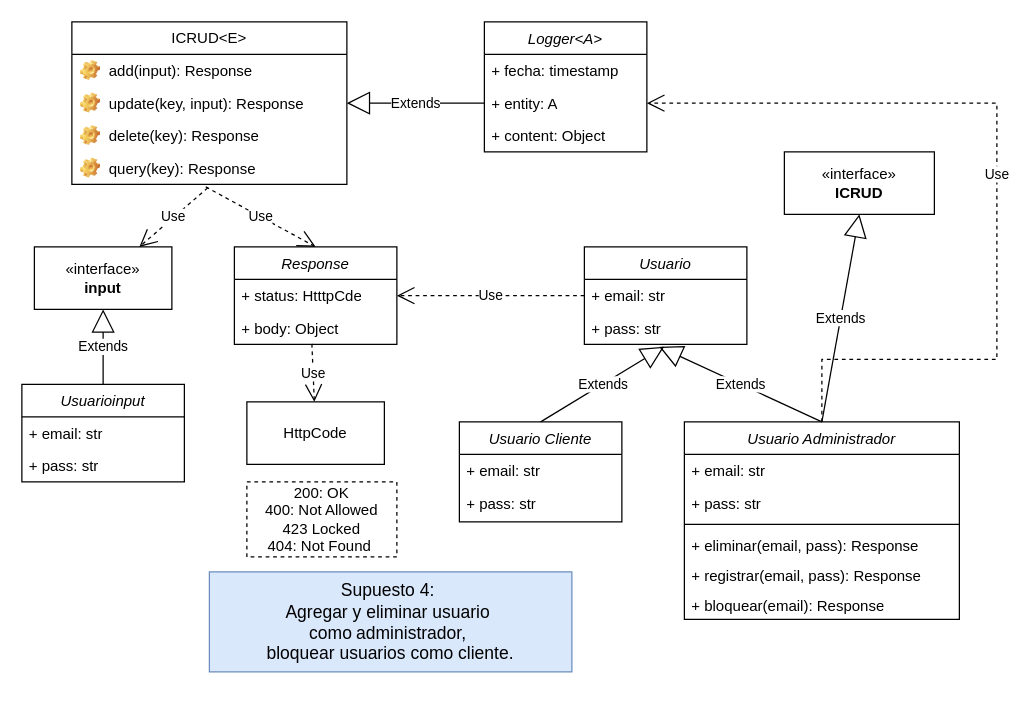
The draw.io diagram Front-End_Sprint/DiagramaSupuesto4.drawio in Giggin-html/dwm4, before the edit. Source tidied: cells renumbered, new cells numbered last; positions are measured from the earlier drawing's top-left corner, leaving out a move shared by most shapes. Both pictures are drawn from the tidied source at 125%, with x=0, y=0 at pixel (21, 21).
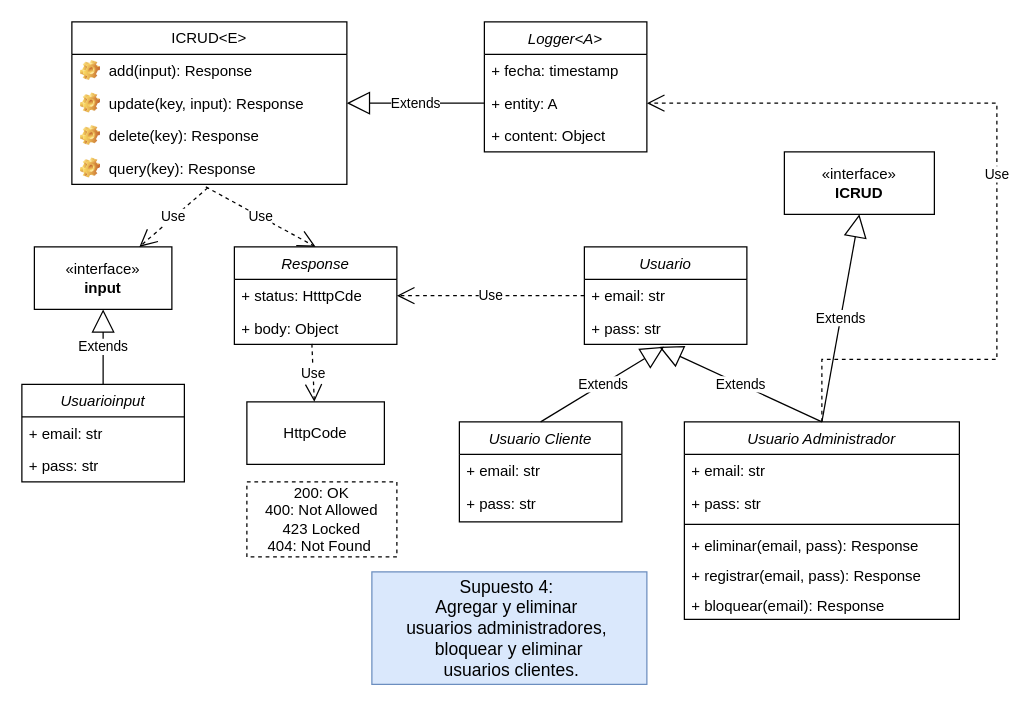
After the change.

What changed in the source:
```diff
@@
-    <mxCell id="32" value="&lt;font style=&quot;font-size: 14px;&quot;&gt;Supuesto 4:&amp;nbsp;&lt;/font&gt;&lt;div&gt;&lt;font style=&quot;font-size: 14px;&quot;&gt;Agregar y eliminar usuario&amp;nbsp;&lt;/font&gt;&lt;/div&gt;&lt;div&gt;&lt;font style=&quot;font-size: 14px;&quot;&gt;como&lt;/font&gt; &lt;font style=&quot;font-size: 14px;&quot;&gt;administrador,&amp;nbsp;&lt;/font&gt;&lt;div&gt;&lt;font style=&quot;font-size: 14px;&quot;&gt;bloquear usuarios como cliente.&lt;/font&gt;&lt;/div&gt;&lt;/div&gt;" style="html=1;whiteSpace=wrap;fillColor=#dae8fc;strokeColor=#6c8ebf;" parent="1" vertex="1">
-      <mxGeometry x="150" y="440" width="290" height="80" as="geometry" />
+    <mxCell id="32" value="&lt;font style=&quot;font-size: 14px;&quot;&gt;Supuesto 4:&amp;nbsp;&lt;/font&gt;&lt;div&gt;&lt;font style=&quot;font-size: 14px;&quot;&gt;Agregar y eliminar&amp;nbsp;&lt;/font&gt;&lt;/div&gt;&lt;div&gt;&lt;span style=&quot;font-size: 14px; background-color: transparent; color: light-dark(rgb(0, 0, 0), rgb(255, 255, 255));&quot;&gt;usuarios administradores,&amp;nbsp;&lt;/span&gt;&lt;/div&gt;&lt;div&gt;&lt;div&gt;&lt;font style=&quot;font-size: 14px;&quot;&gt;bloquear y eliminar&lt;/font&gt;&lt;/div&gt;&lt;div&gt;&lt;font style=&quot;font-size: 14px;&quot;&gt;&amp;nbsp;usuarios clientes.&lt;/font&gt;&lt;/div&gt;&lt;/div&gt;" style="html=1;whiteSpace=wrap;fillColor=#dae8fc;strokeColor=#6c8ebf;" parent="1" vertex="1">
+      <mxGeometry x="280" y="440" width="220" height="90" as="geometry" />
     </mxCell>
```
